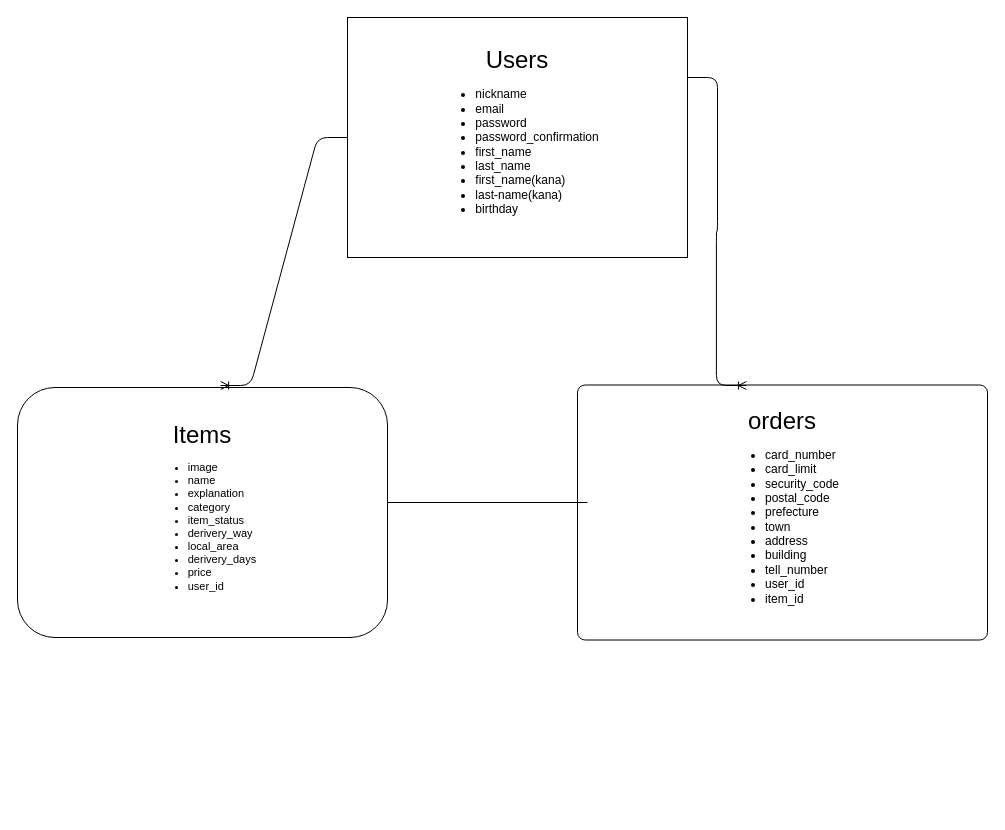
Earlier version of the draw.io diagram db.dio (taijusugahara/furima-35185). Source tidied: cells renumbered, new cells numbered last; positions are measured from the earlier drawing's top-left corner, leaving out a move shared by most shapes. Both pictures are drawn from the tidied source at 100%, with x=0, y=0 at pixel (17, 17).
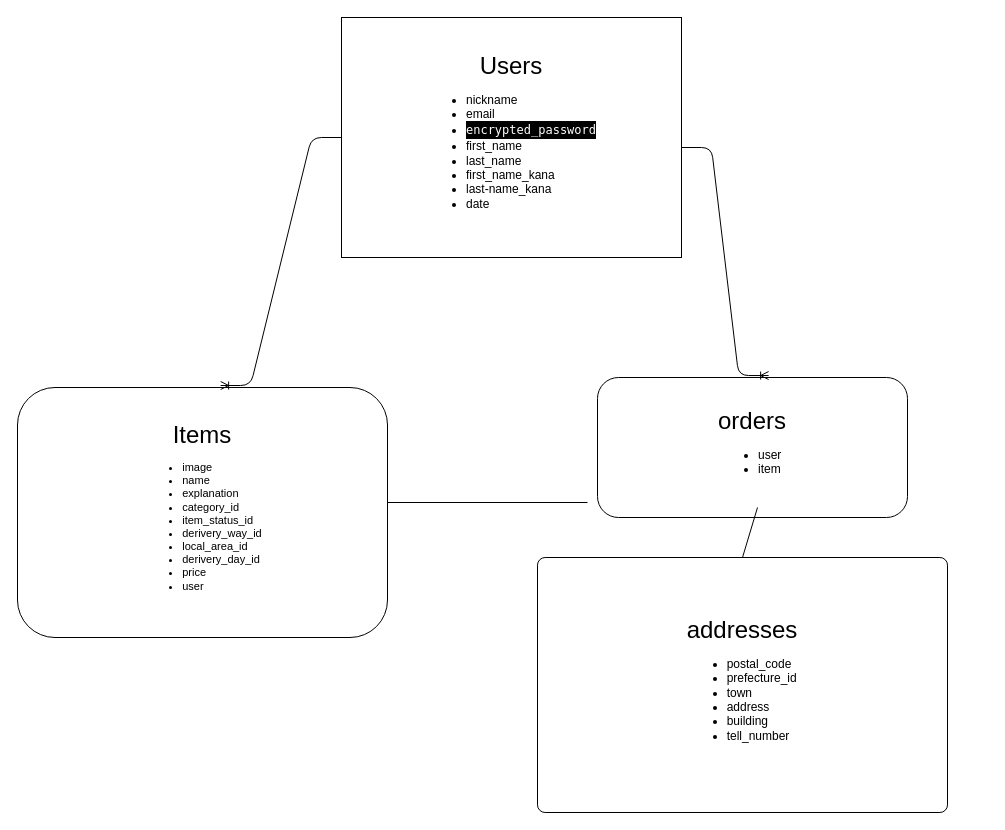
The same page after the edit.

Change to the diagram source:
```diff
@@
 <mxGraphModel>
   <root>
     <mxCell id="0" />
     <mxCell id="1" parent="0" />
-    <mxCell id="2" value="&lt;font style=&quot;font-size: 12px&quot;&gt;&lt;span style=&quot;font-size: 24px&quot;&gt;Users&lt;/span&gt;&lt;br&gt;&lt;div&gt;&lt;ul&gt;&lt;li style=&quot;text-align: left&quot;&gt;nickname&lt;/li&gt;&lt;li style=&quot;text-align: left&quot;&gt;email&lt;/li&gt;&lt;li style=&quot;text-align: left&quot;&gt;password&lt;/li&gt;&lt;li style=&quot;text-align: left&quot;&gt;password_confirmation&lt;/li&gt;&lt;li style=&quot;text-align: left&quot;&gt;first_name&lt;/li&gt;&lt;li style=&quot;text-align: left&quot;&gt;last_name&lt;/li&gt;&lt;li style=&quot;text-align: left&quot;&gt;first_name(kana)&lt;/li&gt;&lt;li style=&quot;text-align: left&quot;&gt;last-name(kana)&lt;/li&gt;&lt;li style=&quot;text-align: left&quot;&gt;birthday&lt;/li&gt;&lt;/ul&gt;&lt;/div&gt;&lt;/font&gt;" style="rounded=1;whiteSpace=wrap;html=1;arcSize=0;" parent="1" vertex="1">
-      <mxGeometry x="330" width="340" height="240" as="geometry" />
+    <mxCell id="2" value="&lt;font style=&quot;font-size: 12px&quot;&gt;&lt;span style=&quot;font-size: 24px&quot;&gt;Users&lt;/span&gt;&lt;br&gt;&lt;div&gt;&lt;ul&gt;&lt;li style=&quot;text-align: left&quot;&gt;nickname&lt;/li&gt;&lt;li style=&quot;text-align: left&quot;&gt;email&lt;/li&gt;&lt;li style=&quot;text-align: left&quot;&gt;&lt;div style=&quot;color: rgb(255 , 255 , 255) ; background-color: rgb(0 , 0 , 0) ; font-family: &amp;#34;menlo&amp;#34; , &amp;#34;monaco&amp;#34; , &amp;#34;courier new&amp;#34; , monospace ; line-height: 18px&quot;&gt;encrypted_password&lt;/div&gt;&lt;/li&gt;&lt;li style=&quot;text-align: left&quot;&gt;first_name&lt;/li&gt;&lt;li style=&quot;text-align: left&quot;&gt;last_name&lt;/li&gt;&lt;li style=&quot;text-align: left&quot;&gt;first_name_kana&lt;/li&gt;&lt;li style=&quot;text-align: left&quot;&gt;last-name_kana&lt;/li&gt;&lt;li style=&quot;text-align: left&quot;&gt;date&lt;/li&gt;&lt;/ul&gt;&lt;/div&gt;&lt;/font&gt;" style="rounded=1;whiteSpace=wrap;html=1;arcSize=0;" parent="1" vertex="1">
+      <mxGeometry x="324" width="340" height="240" as="geometry" />
     </mxCell>
-    <mxCell id="3" value="Items&lt;br&gt;&lt;ul style=&quot;font-size: 11px&quot;&gt;&lt;li style=&quot;text-align: left&quot;&gt;image&lt;/li&gt;&lt;li style=&quot;text-align: left&quot;&gt;name&lt;/li&gt;&lt;li style=&quot;text-align: left&quot;&gt;explanation&lt;/li&gt;&lt;li style=&quot;text-align: left&quot;&gt;category&lt;/li&gt;&lt;li style=&quot;text-align: left&quot;&gt;item_status&lt;/li&gt;&lt;li style=&quot;text-align: left&quot;&gt;derivery_way&lt;/li&gt;&lt;li style=&quot;text-align: left&quot;&gt;local_area&lt;/li&gt;&lt;li style=&quot;text-align: left&quot;&gt;derivery_days&lt;/li&gt;&lt;li style=&quot;text-align: left&quot;&gt;price&lt;/li&gt;&lt;li style=&quot;text-align: left&quot;&gt;user_id&lt;/li&gt;&lt;/ul&gt;" style="rounded=1;whiteSpace=wrap;html=1;align=center;fontSize=24;" parent="1" vertex="1">
+    <mxCell id="3" value="Items&lt;br&gt;&lt;ul style=&quot;font-size: 11px&quot;&gt;&lt;li style=&quot;text-align: left&quot;&gt;image&lt;/li&gt;&lt;li style=&quot;text-align: left&quot;&gt;name&lt;/li&gt;&lt;li style=&quot;text-align: left&quot;&gt;explanation&lt;/li&gt;&lt;li style=&quot;text-align: left&quot;&gt;category_id&lt;/li&gt;&lt;li style=&quot;text-align: left&quot;&gt;item_status_id&lt;/li&gt;&lt;li style=&quot;text-align: left&quot;&gt;derivery_way_id&lt;/li&gt;&lt;li style=&quot;text-align: left&quot;&gt;local_area_id&lt;/li&gt;&lt;li style=&quot;text-align: left&quot;&gt;derivery_day_id&lt;/li&gt;&lt;li style=&quot;text-align: left&quot;&gt;price&lt;/li&gt;&lt;li style=&quot;text-align: left&quot;&gt;user&lt;/li&gt;&lt;/ul&gt;" style="rounded=1;whiteSpace=wrap;html=1;align=center;fontSize=24;" parent="1" vertex="1">
       <mxGeometry y="370" width="370" height="250" as="geometry" />
     </mxCell>
-    <mxCell id="4" value="orders&lt;br style=&quot;font-size: 12px&quot;&gt;&lt;ul style=&quot;font-size: 12px&quot;&gt;&lt;li style=&quot;text-align: left&quot;&gt;card_number&lt;/li&gt;&lt;li style=&quot;text-align: left&quot;&gt;card_limit&lt;/li&gt;&lt;li style=&quot;text-align: left&quot;&gt;security_code&lt;/li&gt;&lt;li style=&quot;text-align: left&quot;&gt;postal_code&lt;/li&gt;&lt;li style=&quot;text-align: left&quot;&gt;prefecture&lt;/li&gt;&lt;li style=&quot;text-align: left&quot;&gt;town&lt;/li&gt;&lt;li style=&quot;text-align: left&quot;&gt;address&lt;/li&gt;&lt;li style=&quot;text-align: left&quot;&gt;building&lt;/li&gt;&lt;li style=&quot;text-align: left&quot;&gt;tell_number&lt;/li&gt;&lt;li style=&quot;text-align: left&quot;&gt;user_id&lt;/li&gt;&lt;li style=&quot;text-align: left&quot;&gt;item_id&lt;/li&gt;&lt;/ul&gt;" style="rounded=1;whiteSpace=wrap;html=1;fontSize=24;arcSize=3;direction=south;" parent="1" vertex="1">
-      <mxGeometry x="560" y="367.5" width="410" height="255" as="geometry" />
+    <mxCell id="4" value="addresses&lt;br&gt;&lt;ul style=&quot;font-size: 12px&quot;&gt;&lt;li style=&quot;text-align: left&quot;&gt;postal_code&lt;/li&gt;&lt;li style=&quot;text-align: left&quot;&gt;prefecture_id&lt;/li&gt;&lt;li style=&quot;text-align: left&quot;&gt;town&lt;/li&gt;&lt;li style=&quot;text-align: left&quot;&gt;address&lt;/li&gt;&lt;li style=&quot;text-align: left&quot;&gt;building&lt;/li&gt;&lt;li style=&quot;text-align: left&quot;&gt;tell_number&lt;/li&gt;&lt;/ul&gt;" style="rounded=1;whiteSpace=wrap;html=1;fontSize=24;arcSize=3;direction=south;" parent="1" vertex="1">
+      <mxGeometry x="520" y="540" width="410" height="255" as="geometry" />
     </mxCell>
-    <mxCell id="5" style="edgeStyle=entityRelationEdgeStyle;fontSize=12;html=1;endArrow=ERoneToMany;entryX=0.002;entryY=0.588;entryDx=0;entryDy=0;entryPerimeter=0;" parent="1" edge="1" target="4">
-      <mxGeometry relative="1" as="geometry">
-        <mxPoint x="670" y="60" as="sourcePoint" />
-      </mxGeometry>
-    </mxCell>
     <mxCell id="6" style="edgeStyle=entityRelationEdgeStyle;fontSize=12;html=1;endArrow=ERoneToMany;entryX=0.549;entryY=-0.008;entryDx=0;entryDy=0;entryPerimeter=0;" parent="1" edge="1" source="2" target="3">
       <mxGeometry relative="1" as="geometry" />
     </mxCell>
     <mxCell id="7" style="line;strokeWidth=1;dashed=0;labelPosition=right;align=left;verticalAlign=middle;spacingTop=0;spacingLeft=6;fontSize=24;" parent="1" vertex="1">
       <mxGeometry x="370" y="480" width="200" height="10" as="geometry" />
     </mxCell>
+    <mxCell id="8" value="orders&lt;br style=&quot;font-size: 12px&quot;&gt;&lt;ul style=&quot;font-size: 12px&quot;&gt;&lt;li style=&quot;text-align: left&quot;&gt;user&lt;/li&gt;&lt;li style=&quot;text-align: left&quot;&gt;item&lt;/li&gt;&lt;/ul&gt;" style="rounded=1;whiteSpace=wrap;html=1;fontSize=24;" parent="1" vertex="1">
+      <mxGeometry x="580" y="360" width="310" height="140" as="geometry" />
+    </mxCell>
+    <mxCell id="9" style="endArrow=none;html=1;rounded=0;fontSize=24;exitX=0;exitY=0.5;exitDx=0;exitDy=0;" parent="1" edge="1" source="4">
+      <mxGeometry relative="1" as="geometry">
+        <mxPoint x="740" y="490" as="targetPoint" />
+      </mxGeometry>
+    </mxCell>
+    <mxCell id="10" style="edgeStyle=entityRelationEdgeStyle;fontSize=12;html=1;endArrow=ERoneToMany;entryX=0.552;entryY=-0.014;entryDx=0;entryDy=0;entryPerimeter=0;" parent="1" edge="1" target="8">
+      <mxGeometry relative="1" as="geometry">
+        <mxPoint x="664" y="130" as="sourcePoint" />
+      </mxGeometry>
+    </mxCell>
   </root>
 </mxGraphModel>
```
